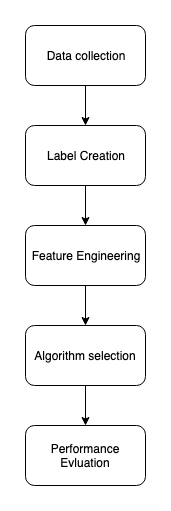
Above: images/flowdiagram/Untitled Diagram.png in sbenstewart/cip-lab (draw.io), before the change. Source tidied: cells renumbered, new cells last; positions are measured from the earlier drawing's top-left corner, leaving out a move shared by most shapes.
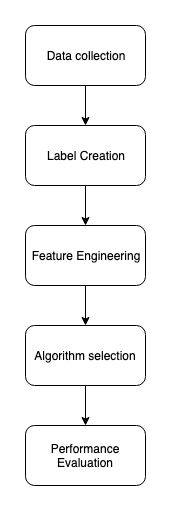
Above is the later version.

Change to the diagram source:
```diff
@@ -14,7 +14,7 @@
     <mxCell id="5" value="Algorithm selection" style="rounded=1;whiteSpace=wrap;html=1;" parent="1" vertex="1">
       <mxGeometry y="300" width="120" height="60" as="geometry" />
     </mxCell>
-    <mxCell id="6" value="Performance Evluation&lt;span style=&quot;font-family: &amp;#34;helvetica&amp;#34; , &amp;#34;arial&amp;#34; , sans-serif ; font-size: 0px ; white-space: nowrap&quot;&gt;%3CmxGraphModel%3E%3Croot%3E%3CmxCell%20id%3D%220%22%2F%3E%3CmxCell%20id%3D%221%22%20parent%3D%220%22%2F%3E%3CmxCell%20id%3D%222%22%20value%3D%22Algorithm%20selection%22%20style%3D%22rounded%3D1%3BwhiteSpace%3Dwrap%3Bhtml%3D1%3B%22%20vertex%3D%221%22%20parent%3D%221%22%3E%3CmxGeometry%20x%3D%22310%22%20y%3D%22370%22%20width%3D%22120%22%20height%3D%2260%22%20as%3D%22geometry%22%2F%3E%3C%2FmxCell%3E%3C%2Froot%3E%3C%2FmxGraphModel%3E&lt;/span&gt;" style="rounded=1;whiteSpace=wrap;html=1;" parent="1" vertex="1">
+    <mxCell id="6" value="Performance Evaluation&lt;span style=&quot;font-family: &amp;#34;helvetica&amp;#34; , &amp;#34;arial&amp;#34; , sans-serif ; font-size: 0px ; white-space: nowrap&quot;&gt;%3CmxGraphModel%3E%3Croot%3E%3CmxCell%20id%3D%220%22%2F%3E%3CmxCell%20id%3D%221%22%20parent%3D%220%22%2F%3E%3CmxCell%20id%3D%222%22%20value%3D%22Algorithm%20selection%22%20style%3D%22rounded%3D1%3BwhiteSpace%3Dwrap%3Bhtml%3D1%3B%22%20vertex%3D%221%22%20parent%3D%221%22%3E%3CmxGeometry%20x%3D%22310%22%20y%3D%22370%22%20width%3D%22120%22%20height%3D%2260%22%20as%3D%22geometry%22%2F%3E%3C%2FmxCell%3E%3C%2Froot%3E%3C%2FmxGraphModel%3E&lt;/span&gt;" style="rounded=1;whiteSpace=wrap;html=1;" parent="1" vertex="1">
       <mxGeometry y="400" width="120" height="60" as="geometry" />
     </mxCell>
     <mxCell id="7" style="endArrow=classic;html=1;exitX=0.5;exitY=1;exitDx=0;exitDy=0;" parent="1" edge="1" source="3">
```
